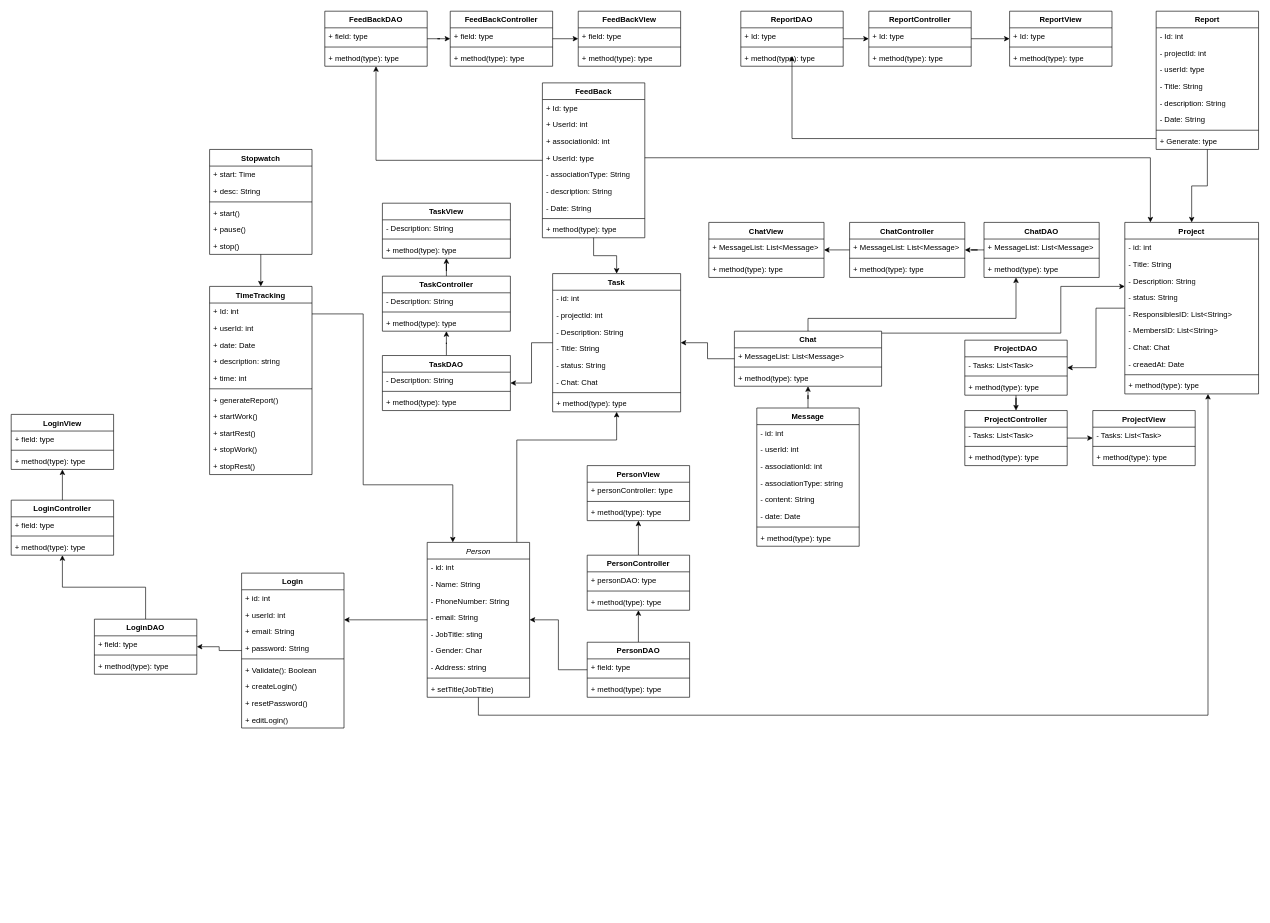
Above: docs/DiagramaDeClasse.drawio in GabrielWhite96/TaskLy_LPS (draw.io), before the change. Source tidied: cells renumbered, new cells numbered last; positions are measured from the earlier drawing's top-left corner, leaving out a move shared by most shapes. Both pictures are drawn from the tidied source at 64%, with x=0, y=0 at pixel (11, 11).
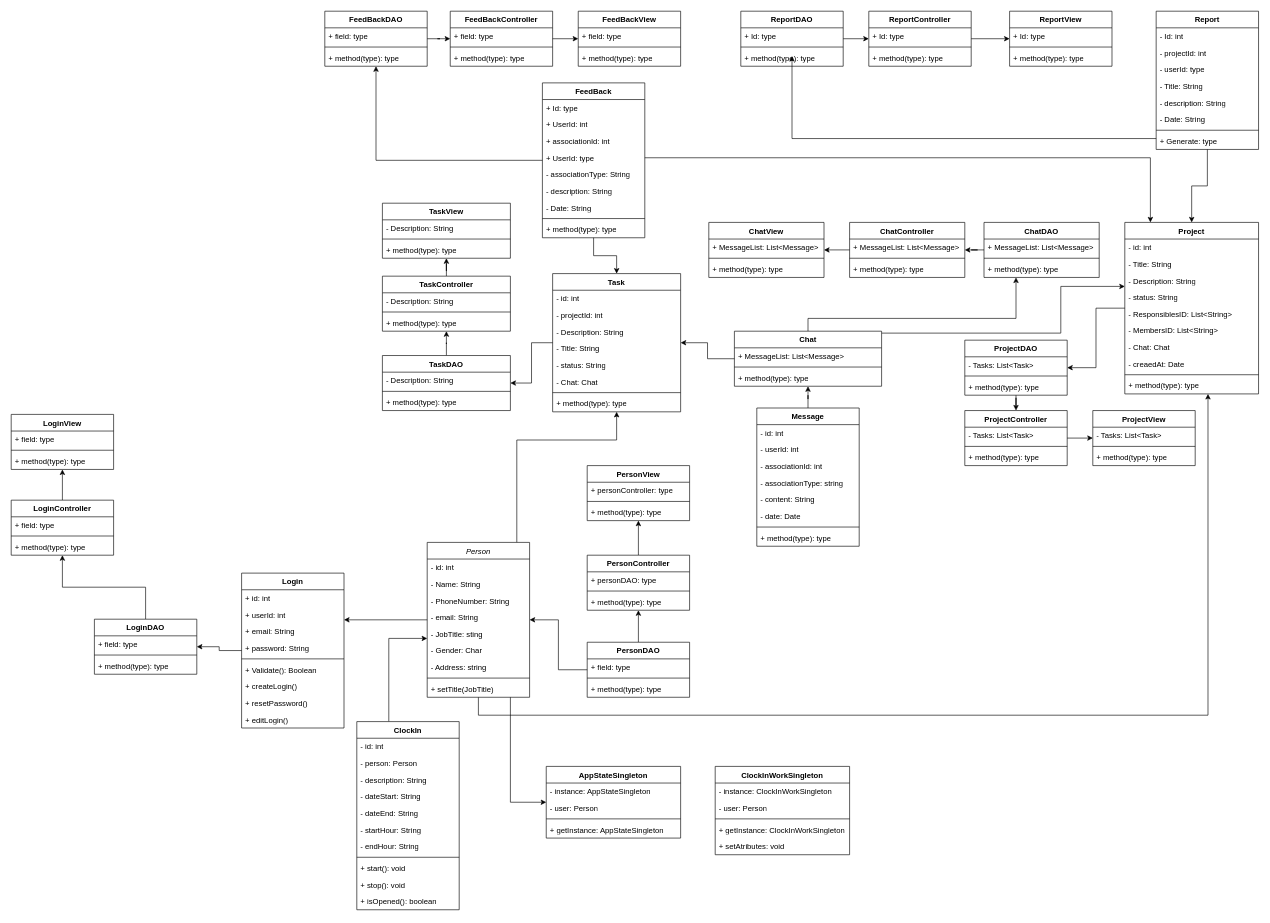
The same page after the edit.

The change refers to these unchanged cells:
```xml
<mxCell id="5" value="Person" style="swimlane;fontStyle=2;align=center;verticalAlign=top;horizontal=1;startSize=26;rounded=0;shadow=0;strokeWidth=1;" parent="1" vertex="1">
  <mxGeometry x="650" y="830" width="160" height="242" as="geometry" />
</mxCell>
<mxCell id="14" value="+ setTitle(JobTitle)" style="text;align=left;verticalAlign=top;spacingLeft=4;spacingRight=4;overflow=hidden;points=[[0,0.5],[1,0.5]];portConstraint=eastwest;" parent="5" vertex="1">
  <mxGeometry y="216" width="160" height="26" as="geometry" />
</mxCell>
```

Change to the diagram source:
```diff
@@
-    <mxCell id="48" style="edgeStyle=orthogonalEdgeStyle;rounded=0;jettySize=auto;html=1;" parent="1" edge="1" source="49" target="57">
-      <mxGeometry relative="1" as="geometry" />
-    </mxCell>
-    <mxCell id="49" value="Stopwatch" style="swimlane;fontStyle=1;align=center;verticalAlign=top;horizontal=1;startSize=26;whiteSpace=wrap;html=1;" parent="1" vertex="1">
-      <mxGeometry x="310" y="216" width="160" height="164" as="geometry" />
-    </mxCell>
-    <mxCell id="50" value="+ start: Time" style="text;strokeColor=none;fillColor=none;align=left;verticalAlign=top;spacingLeft=4;spacingRight=4;overflow=hidden;whiteSpace=wrap;html=1;" parent="49" vertex="1">
-      <mxGeometry y="26" width="160" height="26" as="geometry" />
-    </mxCell>
-    <mxCell id="51" value="+ desc: String" style="text;strokeColor=none;fillColor=none;align=left;verticalAlign=top;spacingLeft=4;spacingRight=4;overflow=hidden;whiteSpace=wrap;html=1;" parent="49" vertex="1">
-      <mxGeometry y="52" width="160" height="26" as="geometry" />
-    </mxCell>
-    <mxCell id="52" style="line;strokeWidth=1;fillColor=none;align=left;verticalAlign=middle;spacingTop=-1;spacingLeft=3;spacingRight=3;labelPosition=right;strokeColor=inherit;" parent="49" vertex="1">
-      <mxGeometry y="78" width="160" height="8" as="geometry" />
-    </mxCell>
-    <mxCell id="53" value="+ start()" style="text;strokeColor=none;fillColor=none;align=left;verticalAlign=top;spacingLeft=4;spacingRight=4;overflow=hidden;whiteSpace=wrap;html=1;" parent="49" vertex="1">
-      <mxGeometry y="86" width="160" height="26" as="geometry" />
-    </mxCell>
-    <mxCell id="54" value="+ pause()" style="text;strokeColor=none;fillColor=none;align=left;verticalAlign=top;spacingLeft=4;spacingRight=4;overflow=hidden;whiteSpace=wrap;html=1;" parent="49" vertex="1">
-      <mxGeometry y="112" width="160" height="26" as="geometry" />
-    </mxCell>
-    <mxCell id="55" value="+ stop()" style="text;strokeColor=none;fillColor=none;align=left;verticalAlign=top;spacingLeft=4;spacingRight=4;overflow=hidden;whiteSpace=wrap;html=1;" parent="49" vertex="1">
-      <mxGeometry y="138" width="160" height="26" as="geometry" />
-    </mxCell>
-    <mxCell id="56" style="edgeStyle=orthogonalEdgeStyle;rounded=0;jettySize=auto;html=1;" parent="1" edge="1" source="57" target="5">
-      <mxGeometry relative="1" as="geometry">
-        <Array as="points">
-          <mxPoint x="550" y="473" />
-          <mxPoint x="550" y="740" />
-          <mxPoint x="690" y="740" />
-        </Array>
-      </mxGeometry>
-    </mxCell>
-    <mxCell id="57" value="TimeTracking" style="swimlane;fontStyle=1;align=center;verticalAlign=top;horizontal=1;startSize=26;whiteSpace=wrap;html=1;" parent="1" vertex="1">
-      <mxGeometry x="310" y="430" width="160" height="294" as="geometry" />
-    </mxCell>
-    <mxCell id="58" value="+ Id: int" style="text;strokeColor=none;fillColor=none;align=left;verticalAlign=top;spacingLeft=4;spacingRight=4;overflow=hidden;whiteSpace=wrap;html=1;" parent="57" vertex="1">
-      <mxGeometry y="26" width="160" height="26" as="geometry" />
-    </mxCell>
-    <mxCell id="59" value="+ userId: int" style="text;strokeColor=none;fillColor=none;align=left;verticalAlign=top;spacingLeft=4;spacingRight=4;overflow=hidden;whiteSpace=wrap;html=1;" parent="57" vertex="1">
-      <mxGeometry y="52" width="160" height="26" as="geometry" />
-    </mxCell>
-    <mxCell id="60" value="+ date: Date" style="text;strokeColor=none;fillColor=none;align=left;verticalAlign=top;spacingLeft=4;spacingRight=4;overflow=hidden;whiteSpace=wrap;html=1;" parent="57" vertex="1">
-      <mxGeometry y="78" width="160" height="26" as="geometry" />
-    </mxCell>
-    <mxCell id="61" value="+ description: string" style="text;strokeColor=none;fillColor=none;align=left;verticalAlign=top;spacingLeft=4;spacingRight=4;overflow=hidden;whiteSpace=wrap;html=1;" parent="57" vertex="1">
-      <mxGeometry y="104" width="160" height="26" as="geometry" />
-    </mxCell>
-    <mxCell id="62" value="+ time: int" style="text;strokeColor=none;fillColor=none;align=left;verticalAlign=top;spacingLeft=4;spacingRight=4;overflow=hidden;whiteSpace=wrap;html=1;" parent="57" vertex="1">
-      <mxGeometry y="130" width="160" height="26" as="geometry" />
-    </mxCell>
-    <mxCell id="63" style="line;strokeWidth=1;fillColor=none;align=left;verticalAlign=middle;spacingTop=-1;spacingLeft=3;spacingRight=3;labelPosition=right;strokeColor=inherit;" parent="57" vertex="1">
-      <mxGeometry y="156" width="160" height="8" as="geometry" />
-    </mxCell>
-    <mxCell id="64" value="+ generateReport()" style="text;strokeColor=none;fillColor=none;align=left;verticalAlign=top;spacingLeft=4;spacingRight=4;overflow=hidden;whiteSpace=wrap;html=1;" parent="57" vertex="1">
-      <mxGeometry y="164" width="160" height="26" as="geometry" />
-    </mxCell>
-    <mxCell id="65" value="+ startWork()" style="text;strokeColor=none;fillColor=none;align=left;verticalAlign=top;spacingLeft=4;spacingRight=4;overflow=hidden;whiteSpace=wrap;html=1;" parent="57" vertex="1">
-      <mxGeometry y="190" width="160" height="26" as="geometry" />
-    </mxCell>
-    <mxCell id="66" value="+ startRest()" style="text;strokeColor=none;fillColor=none;align=left;verticalAlign=top;spacingLeft=4;spacingRight=4;overflow=hidden;whiteSpace=wrap;html=1;" parent="57" vertex="1">
-      <mxGeometry y="216" width="160" height="26" as="geometry" />
-    </mxCell>
-    <mxCell id="67" value="+ stopWork()" style="text;strokeColor=none;fillColor=none;align=left;verticalAlign=top;spacingLeft=4;spacingRight=4;overflow=hidden;whiteSpace=wrap;html=1;" parent="57" vertex="1">
-      <mxGeometry y="242" width="160" height="26" as="geometry" />
-    </mxCell>
-    <mxCell id="68" value="+ stopRest()" style="text;strokeColor=none;fillColor=none;align=left;verticalAlign=top;spacingLeft=4;spacingRight=4;overflow=hidden;whiteSpace=wrap;html=1;" parent="57" vertex="1">
-      <mxGeometry y="268" width="160" height="26" as="geometry" />
-    </mxCell>
@@
+    <mxCell id="209" style="edgeStyle=orthogonalEdgeStyle;rounded=0;jettySize=auto;html=1;fontFamily=Helvetica;fontSize=12;fontColor=default;" parent="1" edge="1" source="210" target="5">
+      <mxGeometry relative="1" as="geometry">
+        <Array as="points">
+          <mxPoint x="590" y="980" />
+        </Array>
+      </mxGeometry>
+    </mxCell>
+    <mxCell id="210" value="ClockIn" style="swimlane;fontStyle=1;align=center;verticalAlign=top;horizontal=1;startSize=26;whiteSpace=wrap;html=1;" parent="1" vertex="1">
+      <mxGeometry x="540" y="1110" width="160" height="294" as="geometry" />
+    </mxCell>
+    <mxCell id="211" value="- id: int" style="text;strokeColor=none;fillColor=none;align=left;verticalAlign=top;spacingLeft=4;spacingRight=4;overflow=hidden;whiteSpace=wrap;html=1;" parent="210" vertex="1">
+      <mxGeometry y="26" width="160" height="26" as="geometry" />
+    </mxCell>
+    <mxCell id="212" value="- person: Person" style="text;strokeColor=none;fillColor=none;align=left;verticalAlign=top;spacingLeft=4;spacingRight=4;overflow=hidden;whiteSpace=wrap;html=1;" parent="210" vertex="1">
+      <mxGeometry y="52" width="160" height="26" as="geometry" />
+    </mxCell>
+    <mxCell id="213" value="- description: String" style="text;strokeColor=none;fillColor=none;align=left;verticalAlign=top;spacingLeft=4;spacingRight=4;overflow=hidden;whiteSpace=wrap;html=1;" parent="210" vertex="1">
+      <mxGeometry y="78" width="160" height="26" as="geometry" />
+    </mxCell>
+    <mxCell id="214" value="- dateStart: String" style="text;strokeColor=none;fillColor=none;align=left;verticalAlign=top;spacingLeft=4;spacingRight=4;overflow=hidden;whiteSpace=wrap;html=1;" parent="210" vertex="1">
+      <mxGeometry y="104" width="160" height="26" as="geometry" />
+    </mxCell>
+    <mxCell id="215" value="- dateEnd: String" style="text;strokeColor=none;fillColor=none;align=left;verticalAlign=top;spacingLeft=4;spacingRight=4;overflow=hidden;whiteSpace=wrap;html=1;" parent="210" vertex="1">
+      <mxGeometry y="130" width="160" height="26" as="geometry" />
+    </mxCell>
+    <mxCell id="216" value="- startHour: String" style="text;strokeColor=none;fillColor=none;align=left;verticalAlign=top;spacingLeft=4;spacingRight=4;overflow=hidden;whiteSpace=wrap;html=1;" parent="210" vertex="1">
+      <mxGeometry y="156" width="160" height="26" as="geometry" />
+    </mxCell>
+    <mxCell id="217" value="- endHour: String" style="text;strokeColor=none;fillColor=none;align=left;verticalAlign=top;spacingLeft=4;spacingRight=4;overflow=hidden;whiteSpace=wrap;html=1;" parent="210" vertex="1">
+      <mxGeometry y="182" width="160" height="26" as="geometry" />
+    </mxCell>
+    <mxCell id="218" style="line;strokeWidth=1;fillColor=none;align=left;verticalAlign=middle;spacingTop=-1;spacingLeft=3;spacingRight=3;labelPosition=right;strokeColor=inherit;" parent="210" vertex="1">
+      <mxGeometry y="208" width="160" height="8" as="geometry" />
+    </mxCell>
+    <mxCell id="219" value="+ start(): void" style="text;strokeColor=none;fillColor=none;align=left;verticalAlign=top;spacingLeft=4;spacingRight=4;overflow=hidden;whiteSpace=wrap;html=1;" parent="210" vertex="1">
+      <mxGeometry y="216" width="160" height="26" as="geometry" />
+    </mxCell>
+    <mxCell id="220" value="+ stop(): void" style="text;strokeColor=none;fillColor=none;align=left;verticalAlign=top;spacingLeft=4;spacingRight=4;overflow=hidden;whiteSpace=wrap;html=1;" parent="210" vertex="1">
+      <mxGeometry y="242" width="160" height="26" as="geometry" />
+    </mxCell>
+    <mxCell id="221" value="+ isOpened(): boolean" style="text;strokeColor=none;fillColor=none;align=left;verticalAlign=top;spacingLeft=4;spacingRight=4;overflow=hidden;whiteSpace=wrap;html=1;" parent="210" vertex="1">
+      <mxGeometry y="268" width="160" height="26" as="geometry" />
+    </mxCell>
+    <mxCell id="222" value="AppStateSingleton" style="swimlane;fontStyle=1;align=center;verticalAlign=top;horizontal=1;startSize=26;whiteSpace=wrap;html=1;" parent="1" vertex="1">
+      <mxGeometry x="836" y="1180" width="210" height="112" as="geometry" />
+    </mxCell>
+    <mxCell id="223" value="- instance: AppStateSingleton" style="text;strokeColor=none;fillColor=none;align=left;verticalAlign=top;spacingLeft=4;spacingRight=4;overflow=hidden;whiteSpace=wrap;html=1;" parent="222" vertex="1">
+      <mxGeometry y="26" width="210" height="26" as="geometry" />
+    </mxCell>
+    <mxCell id="224" value="- user: Person" style="text;strokeColor=none;fillColor=none;align=left;verticalAlign=top;spacingLeft=4;spacingRight=4;overflow=hidden;whiteSpace=wrap;html=1;" parent="222" vertex="1">
+      <mxGeometry y="52" width="210" height="26" as="geometry" />
+    </mxCell>
+    <mxCell id="225" style="line;strokeWidth=1;fillColor=none;align=left;verticalAlign=middle;spacingTop=-1;spacingLeft=3;spacingRight=3;labelPosition=right;strokeColor=inherit;" parent="222" vertex="1">
+      <mxGeometry y="78" width="210" height="8" as="geometry" />
+    </mxCell>
+    <mxCell id="226" value="+ getInstance: AppStateSingleton" style="text;strokeColor=none;fillColor=none;align=left;verticalAlign=top;spacingLeft=4;spacingRight=4;overflow=hidden;whiteSpace=wrap;html=1;" parent="222" vertex="1">
+      <mxGeometry y="86" width="210" height="26" as="geometry" />
+    </mxCell>
+    <mxCell id="227" style="edgeStyle=orthogonalEdgeStyle;rounded=0;jettySize=auto;html=1;fontFamily=Helvetica;fontSize=12;fontColor=default;" parent="1" edge="1" source="14" target="222">
+      <mxGeometry relative="1" as="geometry">
+        <Array as="points">
+          <mxPoint x="780" y="1236" />
+        </Array>
+      </mxGeometry>
+    </mxCell>
+    <mxCell id="228" value="ClockInWorkSingleton" style="swimlane;fontStyle=1;align=center;verticalAlign=top;horizontal=1;startSize=26;whiteSpace=wrap;html=1;" parent="1" vertex="1">
+      <mxGeometry x="1100" y="1180" width="210" height="138" as="geometry" />
+    </mxCell>
+    <mxCell id="229" value="- instance: ClockInWorkSingleton" style="text;strokeColor=none;fillColor=none;align=left;verticalAlign=top;spacingLeft=4;spacingRight=4;overflow=hidden;whiteSpace=wrap;html=1;" parent="228" vertex="1">
+      <mxGeometry y="26" width="210" height="26" as="geometry" />
+    </mxCell>
+    <mxCell id="230" value="- user: Person" style="text;strokeColor=none;fillColor=none;align=left;verticalAlign=top;spacingLeft=4;spacingRight=4;overflow=hidden;whiteSpace=wrap;html=1;" parent="228" vertex="1">
+      <mxGeometry y="52" width="210" height="26" as="geometry" />
+    </mxCell>
+    <mxCell id="231" style="line;strokeWidth=1;fillColor=none;align=left;verticalAlign=middle;spacingTop=-1;spacingLeft=3;spacingRight=3;labelPosition=right;strokeColor=inherit;" parent="228" vertex="1">
+      <mxGeometry y="78" width="210" height="8" as="geometry" />
+    </mxCell>
+    <mxCell id="232" value="+ getInstance: ClockInWorkSingleton" style="text;strokeColor=none;fillColor=none;align=left;verticalAlign=top;spacingLeft=4;spacingRight=4;overflow=hidden;whiteSpace=wrap;html=1;" parent="228" vertex="1">
+      <mxGeometry y="86" width="210" height="26" as="geometry" />
+    </mxCell>
+    <mxCell id="233" value="+ setAtributes: void" style="text;strokeColor=none;fillColor=none;align=left;verticalAlign=top;spacingLeft=4;spacingRight=4;overflow=hidden;whiteSpace=wrap;html=1;" parent="228" vertex="1">
+      <mxGeometry y="112" width="210" height="26" as="geometry" />
+    </mxCell>
```
